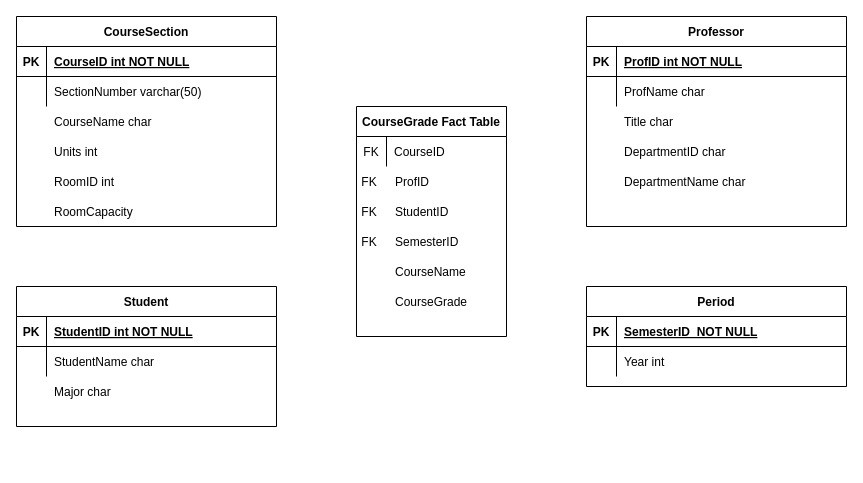
vinaykurmi/star-schema keeps this draw.io diagram as Untitled Diagram.drawio. Above is the earlier version. Source tidied: cells renumbered, new cells numbered last; positions are measured from the earlier drawing's top-left corner, leaving out a move shared by most shapes. Both pictures are drawn from the tidied source at 100%, with x=0, y=0 at pixel (16, 16).
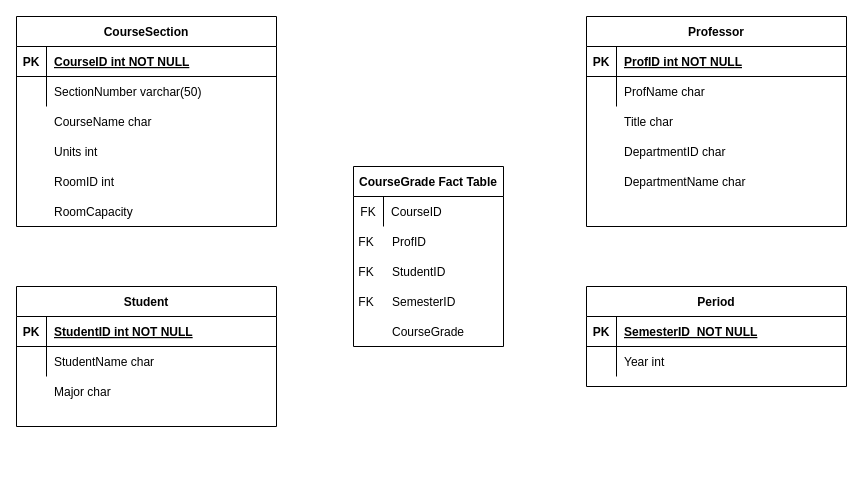
The same diagram, later.

The change refers to these unchanged cells:
```xml
<mxCell id="50" style="group;" parent="1" vertex="1">
  <mxGeometry x="320" y="90" width="270" height="230" as="geometry" />
</mxCell>
```

What changed in the source:
```diff
@@
     <mxCell id="51" style="group;" parent="50" vertex="1">
-      <mxGeometry x="20" width="150" height="230" as="geometry" />
+      <mxGeometry x="17" y="60" width="150" height="230" as="geometry" />
     </mxCell>
     <mxCell id="52" value="CourseGrade Fact Table" style="shape=table;startSize=30;childLayout=tableLayout;rowLines=0;fontStyle=1;align=center;" parent="51" vertex="1">
-      <mxGeometry width="150" height="230" as="geometry" />
+      <mxGeometry width="150" height="180" as="geometry" />
     </mxCell>
@@
-    <mxCell id="62" value="CourseName" style="shape=partialRectangle;overflow=hidden;fillColor=none;top=0;left=0;bottom=0;right=0;align=left;spacingLeft=6;" parent="51" vertex="1">
-      <mxGeometry x="31" y="150" width="114" height="30" as="geometry" />
-    </mxCell>
     <mxCell id="63" value="CourseGrade" style="shape=partialRectangle;overflow=hidden;fillColor=none;top=0;left=0;bottom=0;right=0;align=left;spacingLeft=6;" parent="51" vertex="1">
-      <mxGeometry x="31" y="180" width="114" height="30" as="geometry" />
+      <mxGeometry x="31" y="150" width="114" height="30" as="geometry" />
     </mxCell>
```
